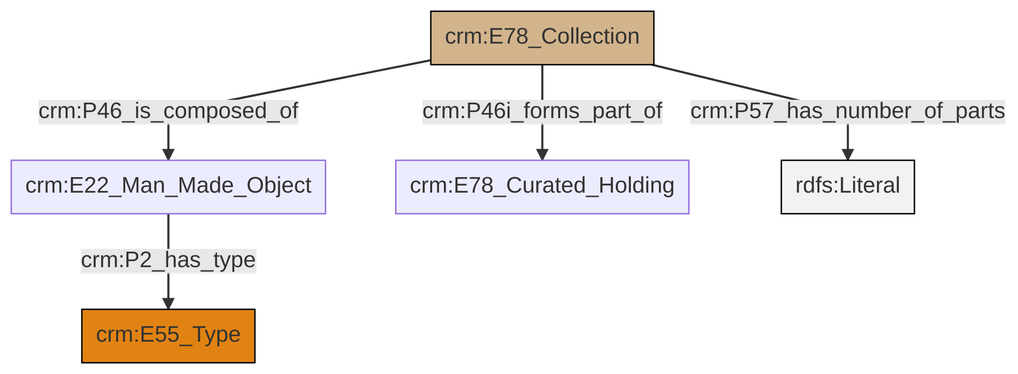
swiss-art-research-net/docs.swissartresearch keeps this Mermaid diagram as et/archivalCSV/ttl/mmd/png/archival_parthood.png. Above is the earlier version. Its source is kept beside it as et/archivalCSV/ttl/mmd/archival_parthood.ttl.mmd.
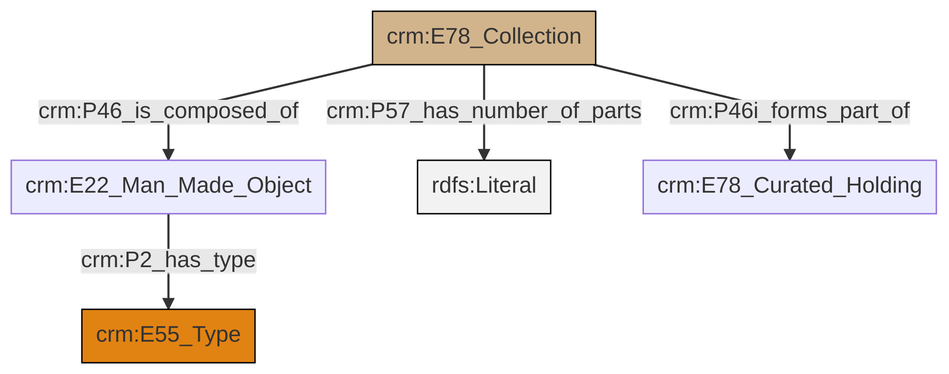
After the commit.

The edit, as a diff of the source:
```diff
@@ -13,7 +13,7 @@
 classDef PC_Classes fill:#4ce600, stroke:#000000;
 classDef Multi fill:#cccccc,stroke:#000000;
 
-0["crm:E22_Man_Made_Object"]:::Default -->|crm:P2_has_type| 4["crm:E55_Type"]:::Type
-6["crm:E78_Collection"]:::Physical_Thing -->|crm:P57_has_number_of_parts| 7[rdfs:Literal]:::Literal
-6["crm:E78_Collection"]:::Physical_Thing -->|crm:P46i_forms_part_of| 2["crm:E78_Curated_Holding"]:::Default
-6["crm:E78_Collection"]:::Physical_Thing -->|crm:P46_is_composed_of| 0["crm:E22_Man_Made_Object"]:::Default
+4["crm:E78_Collection"]:::Physical_Thing -->|crm:P57_has_number_of_parts| 5[rdfs:Literal]:::Literal
+4["crm:E78_Collection"]:::Physical_Thing -->|crm:P46i_forms_part_of| 6["crm:E78_Curated_Holding"]:::Default
+2["crm:E22_Man_Made_Object"]:::Default -->|crm:P2_has_type| 0["crm:E55_Type"]:::Type
+4["crm:E78_Collection"]:::Physical_Thing -->|crm:P46_is_composed_of| 2["crm:E22_Man_Made_Object"]:::Default
```
